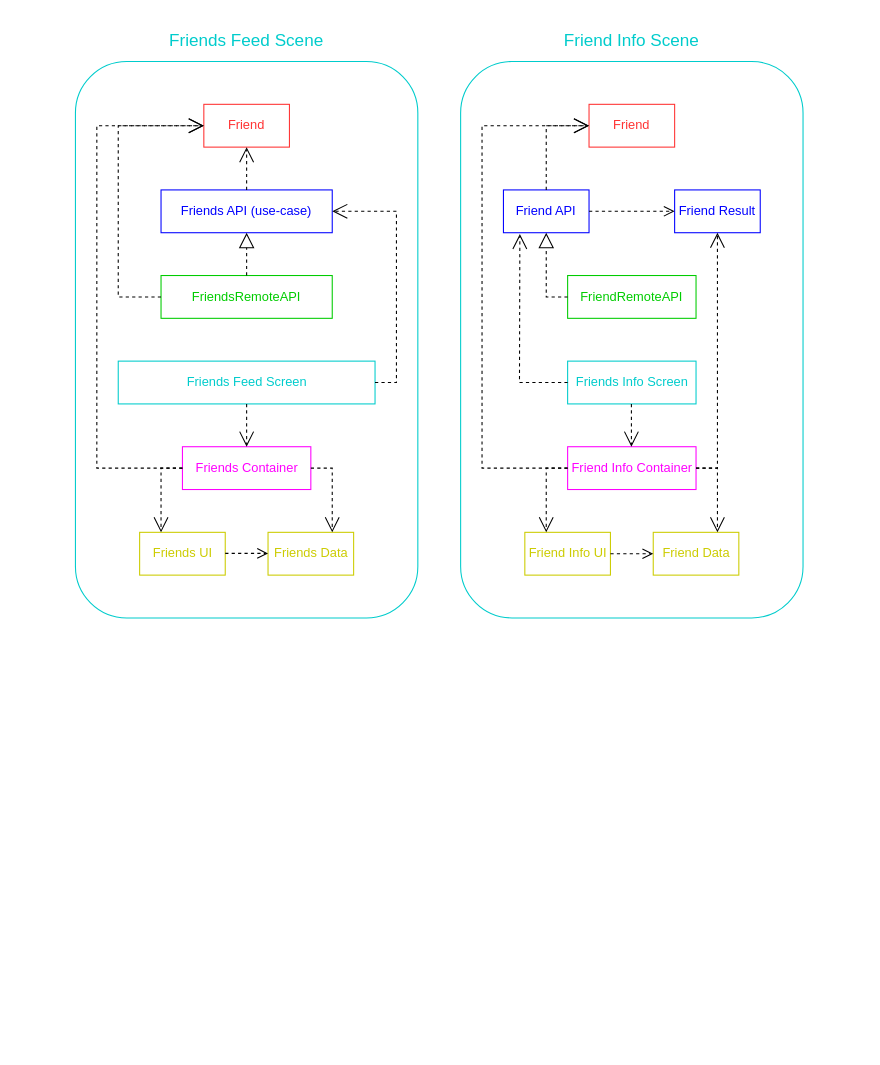
Above: app-diagram.drawio in DnEgorWeb/Friends (draw.io), before the change. Source tidied: cells renumbered, new cells numbered last; positions are measured from the earlier drawing's top-left corner, leaving out a move shared by most shapes. Both pictures are drawn from the tidied source at 107%, with x=0, y=0 at pixel (75, 18).
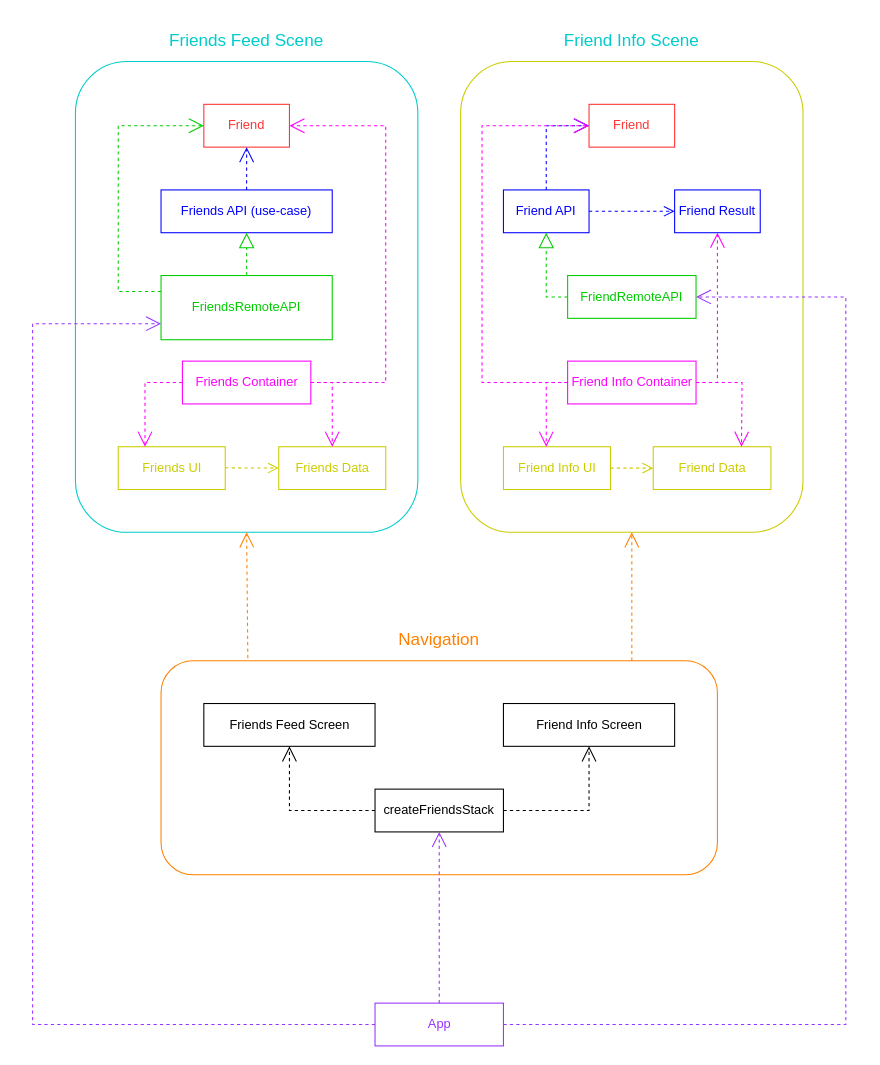
The same diagram, later.

Unchanged cells that the change refers to:
```xml
<mxCell id="3" value="&lt;font color=&quot;#ff3333&quot;&gt;Friend&lt;/font&gt;" style="rounded=0;whiteSpace=wrap;html=1;strokeColor=#FF3333;" parent="1" vertex="1">
  <mxGeometry x="120" y="80" width="80" height="40" as="geometry" />
</mxCell>
<mxCell id="4" value="&lt;font color=&quot;#0000ff&quot;&gt;Friends API (use-case)&lt;/font&gt;" style="rounded=0;whiteSpace=wrap;html=1;fontColor=#FF3333;strokeColor=#0000FF;" parent="1" vertex="1">
  <mxGeometry x="80" y="160" width="160" height="40" as="geometry" />
</mxCell>
<mxCell id="21" value="&lt;font color=&quot;#ff3333&quot;&gt;Friend&lt;/font&gt;" style="rounded=0;whiteSpace=wrap;html=1;strokeColor=#FF3333;" parent="1" vertex="1">
  <mxGeometry x="480" y="80" width="80" height="40" as="geometry" />
</mxCell>
<mxCell id="22" value="&lt;font color=&quot;#0000ff&quot;&gt;Friend API&lt;/font&gt;" style="rounded=0;whiteSpace=wrap;html=1;fontColor=#FF3333;strokeColor=#0000FF;" parent="1" vertex="1">
  <mxGeometry x="400" y="160" width="80" height="40" as="geometry" />
</mxCell>
<mxCell id="23" value="&lt;font color=&quot;#0000ff&quot;&gt;Friend Result&lt;/font&gt;" style="rounded=0;whiteSpace=wrap;html=1;fontColor=#FF3333;strokeColor=#0000FF;" parent="1" vertex="1">
  <mxGeometry x="560" y="160" width="80" height="40" as="geometry" />
</mxCell>
<mxCell id="26" value="&lt;font color=&quot;#00cc00&quot;&gt;FriendRemoteAPI&lt;/font&gt;" style="rounded=0;whiteSpace=wrap;html=1;fontColor=#0000FF;strokeColor=#00CC00;" parent="1" vertex="1">
  <mxGeometry x="460" y="240" width="120" height="40" as="geometry" />
</mxCell>
```

The edit, as a diff of the source:
```diff
@@
+    <mxCell id="41" style="rounded=1;whiteSpace=wrap;html=1;strokeColor=#FF8000;" parent="1" vertex="1">
+      <mxGeometry x="80" y="600" width="520" height="200" as="geometry" />
+    </mxCell>
     <mxCell id="2" style="rounded=1;whiteSpace=wrap;html=1;fontColor=#00CCCC;strokeColor=#00CCCC;" parent="1" vertex="1">
-      <mxGeometry y="40" width="320" height="520" as="geometry" />
+      <mxGeometry y="40" width="320" height="440" as="geometry" />
     </mxCell>
@@
     <mxCell id="5" value="&lt;font color=&quot;#00cc00&quot;&gt;FriendsRemoteAPI&lt;/font&gt;" style="rounded=0;whiteSpace=wrap;html=1;fontColor=#0000FF;strokeColor=#00CC00;" parent="1" vertex="1">
-      <mxGeometry x="80" y="240" width="160" height="40" as="geometry" />
+      <mxGeometry x="80" y="240" width="160" height="60" as="geometry" />
     </mxCell>
-    <mxCell id="6" style="endArrow=block;dashed=1;endFill=0;endSize=12;html=1;rounded=0;fontColor=#00FF00;strokeWidth=1;exitX=0.5;exitY=0;exitDx=0;exitDy=0;entryX=0.5;entryY=1;entryDx=0;entryDy=0;" parent="1" edge="1" source="5" target="4">
+    <mxCell id="6" style="endArrow=block;dashed=1;endFill=0;endSize=12;html=1;rounded=0;fontColor=#00FF00;strokeWidth=1;exitX=0.5;exitY=0;exitDx=0;exitDy=0;entryX=0.5;entryY=1;entryDx=0;entryDy=0;strokeColor=#00CC00;" parent="1" edge="1" source="5" target="4">
       <mxGeometry relative="1" as="geometry" />
     </mxCell>
-    <mxCell id="7" style="endArrow=open;endSize=12;dashed=1;html=1;rounded=0;fontColor=#00FF00;strokeWidth=1;exitX=0.5;exitY=0;exitDx=0;exitDy=0;entryX=0.5;entryY=1;entryDx=0;entryDy=0;" parent="1" edge="1" source="4" target="3">
+    <mxCell id="7" style="endArrow=open;endSize=12;dashed=1;html=1;rounded=0;fontColor=#00FF00;strokeWidth=1;exitX=0.5;exitY=0;exitDx=0;exitDy=0;entryX=0.5;entryY=1;entryDx=0;entryDy=0;strokeColor=#0000FF;" parent="1" edge="1" source="4" target="3">
       <mxGeometry relative="1" as="geometry" />
     </mxCell>
-    <mxCell id="8" style="endArrow=open;endSize=12;dashed=1;html=1;rounded=0;fontColor=#00FF00;strokeWidth=1;entryX=0;entryY=0.5;entryDx=0;entryDy=0;exitX=0;exitY=0.5;exitDx=0;exitDy=0;" parent="1" edge="1" source="5" target="3">
+    <mxCell id="8" style="endArrow=open;endSize=12;dashed=1;html=1;rounded=0;fontColor=#00FF00;strokeWidth=1;entryX=0;entryY=0.5;entryDx=0;entryDy=0;exitX=0;exitY=0.25;exitDx=0;exitDy=0;strokeColor=#00CC00;" parent="1" edge="1" source="5" target="3">
       <mxGeometry relative="1" as="geometry">
         <Array as="points">
-          <mxPoint x="40" y="260" />
+          <mxPoint x="40" y="255" />
           <mxPoint x="40" y="100" />
         </Array>
       </mxGeometry>
     </mxCell>
     <mxCell id="9" value="&lt;font color=&quot;#cccc00&quot;&gt;Friends UI&lt;/font&gt;" style="html=1;fontColor=#00FF00;strokeColor=#CCCC00;" parent="1" vertex="1">
-      <mxGeometry x="60" y="480" width="80" height="40" as="geometry" />
+      <mxGeometry x="40" y="400" width="100" height="40" as="geometry" />
     </mxCell>
     <mxCell id="10" value="&lt;font color=&quot;#cccc00&quot;&gt;Friends Data&lt;/font&gt;" style="html=1;fontColor=#00FF00;strokeColor=#CCCC00;" parent="1" vertex="1">
-      <mxGeometry x="180" y="480" width="80" height="40" as="geometry" />
+      <mxGeometry x="190" y="400" width="100" height="40" as="geometry" />
     </mxCell>
     <mxCell id="11" value="&lt;font color=&quot;#ff00ff&quot;&gt;Friends Container&lt;/font&gt;" style="html=1;fontColor=#CCCC00;strokeColor=#FF00FF;" parent="1" vertex="1">
-      <mxGeometry x="100" y="400" width="120" height="40" as="geometry" />
+      <mxGeometry x="100" y="320" width="120" height="40" as="geometry" />
     </mxCell>
@@
-    <mxCell id="13" style="endArrow=open;endSize=12;dashed=1;html=1;rounded=0;fontColor=#00FF00;strokeWidth=1;exitX=0;exitY=0.5;exitDx=0;exitDy=0;entryX=0.25;entryY=0;entryDx=0;entryDy=0;" parent="1" edge="1" source="11" target="9">
+    <mxCell id="13" style="endArrow=open;endSize=12;dashed=1;html=1;rounded=0;fontColor=#00FF00;strokeWidth=1;exitX=0;exitY=0.5;exitDx=0;exitDy=0;entryX=0.25;entryY=0;entryDx=0;entryDy=0;strokeColor=#FF00FF;" parent="1" edge="1" source="11" target="9">
       <mxGeometry relative="1" as="geometry">
         <Array as="points">
-          <mxPoint x="80" y="420" />
+          <mxPoint x="65" y="340" />
         </Array>
       </mxGeometry>
     </mxCell>
-    <mxCell id="14" style="endArrow=open;endSize=12;dashed=1;html=1;rounded=0;fontColor=#00FF00;strokeWidth=1;exitX=1;exitY=0.5;exitDx=0;exitDy=0;entryX=0.25;entryY=0;entryDx=0;entryDy=0;" parent="1" edge="1" source="11">
+    <mxCell id="14" style="endArrow=open;endSize=12;dashed=1;html=1;rounded=0;fontColor=#00FF00;strokeWidth=1;exitX=1;exitY=0.5;exitDx=0;exitDy=0;entryX=0.25;entryY=0;entryDx=0;entryDy=0;strokeColor=#FF00FF;" parent="1" edge="1" source="11">
       <mxGeometry relative="1" as="geometry">
-        <mxPoint x="240" y="480" as="targetPoint" />
+        <mxPoint x="240" y="400" as="targetPoint" />
         <Array as="points">
-          <mxPoint x="240" y="420" />
+          <mxPoint x="240" y="340" />
         </Array>
       </mxGeometry>
     </mxCell>
-    <mxCell id="15" value="&lt;font color=&quot;#00cccc&quot;&gt;Friends Feed Screen&lt;/font&gt;" style="html=1;fontColor=#FF00FF;strokeColor=#00CCCC;" parent="1" vertex="1">
-      <mxGeometry x="40" y="320" width="240" height="40" as="geometry" />
+    <mxCell id="15" value="&lt;font color=&quot;#000000&quot;&gt;Friends Feed Screen&lt;/font&gt;" style="html=1;fontColor=#FF00FF;strokeColor=#000000;" parent="1" vertex="1">
+      <mxGeometry x="120" y="640" width="160" height="40" as="geometry" />
     </mxCell>
-    <mxCell id="16" style="endArrow=open;endSize=12;dashed=1;html=1;rounded=0;fontColor=#00FF00;strokeWidth=1;exitX=0.5;exitY=1;exitDx=0;exitDy=0;entryX=0.5;entryY=0;entryDx=0;entryDy=0;" parent="1" edge="1" source="15" target="11">
-      <mxGeometry relative="1" as="geometry" />
-    </mxCell>
-    <mxCell id="17" style="endArrow=open;endSize=12;dashed=1;html=1;rounded=0;fontColor=#00FF00;strokeWidth=1;exitX=1;exitY=0.5;exitDx=0;exitDy=0;entryX=1;entryY=0.5;entryDx=0;entryDy=0;" parent="1" edge="1" source="15" target="4">
-      <mxGeometry relative="1" as="geometry">
-        <Array as="points">
-          <mxPoint x="300" y="340" />
-          <mxPoint x="300" y="180" />
-        </Array>
-      </mxGeometry>
-    </mxCell>
@@
-    <mxCell id="19" style="rounded=1;whiteSpace=wrap;html=1;fontColor=#00CCCC;strokeColor=#00CCCC;" parent="1" vertex="1">
-      <mxGeometry x="360" y="40" width="320" height="520" as="geometry" />
+    <mxCell id="19" style="rounded=1;whiteSpace=wrap;html=1;fontColor=#00CCCC;strokeColor=#CCCC00;" parent="1" vertex="1">
+      <mxGeometry x="360" y="40" width="320" height="440" as="geometry" />
     </mxCell>
@@
-    <mxCell id="24" style="endArrow=open;endSize=12;dashed=1;html=1;rounded=0;fontColor=#00FF00;strokeWidth=1;exitX=0.5;exitY=0;exitDx=0;exitDy=0;entryX=0;entryY=0.5;entryDx=0;entryDy=0;" parent="1" edge="1" target="21">
+    <mxCell id="24" style="endArrow=open;endSize=12;dashed=1;html=1;rounded=0;fontColor=#00FF00;strokeWidth=1;exitX=0.5;exitY=0;exitDx=0;exitDy=0;entryX=0;entryY=0.5;entryDx=0;entryDy=0;strokeColor=#0000FF;" parent="1" edge="1" target="21">
       <mxGeometry relative="1" as="geometry">
         <mxPoint x="440" y="160" as="sourcePoint" />
         <Array as="points">
           <mxPoint x="440" y="100" />
         </Array>
       </mxGeometry>
     </mxCell>
-    <mxCell id="25" style="html=1;verticalAlign=bottom;endArrow=open;dashed=1;endSize=8;rounded=0;exitX=1;exitY=0.5;exitDx=0;exitDy=0;entryX=0;entryY=0.5;entryDx=0;entryDy=0;" parent="1" edge="1" source="22" target="23">
+    <mxCell id="25" style="html=1;verticalAlign=bottom;endArrow=open;dashed=1;endSize=8;rounded=0;exitX=1;exitY=0.5;exitDx=0;exitDy=0;entryX=0;entryY=0.5;entryDx=0;entryDy=0;strokeColor=#0000FF;" parent="1" edge="1" source="22" target="23">
       <mxGeometry relative="1" as="geometry" />
     </mxCell>
@@
-    <mxCell id="27" style="endArrow=block;dashed=1;endFill=0;endSize=12;html=1;rounded=0;fontColor=#00FF00;strokeWidth=1;exitX=0;exitY=0.5;exitDx=0;exitDy=0;entryX=0.5;entryY=1;entryDx=0;entryDy=0;" parent="1" edge="1" source="26" target="22">
+    <mxCell id="27" style="endArrow=block;dashed=1;endFill=0;endSize=12;html=1;rounded=0;fontColor=#00FF00;strokeWidth=1;exitX=0;exitY=0.5;exitDx=0;exitDy=0;entryX=0.5;entryY=1;entryDx=0;entryDy=0;strokeColor=#00CC00;" parent="1" edge="1" source="26" target="22">
       <mxGeometry relative="1" as="geometry">
         <Array as="points">
           <mxPoint x="440" y="260" />
         </Array>
       </mxGeometry>
     </mxCell>
     <mxCell id="28" value="&lt;font color=&quot;#cccc00&quot;&gt;Friend Info UI&lt;/font&gt;" style="html=1;fontColor=#00FF00;strokeColor=#CCCC00;" parent="1" vertex="1">
-      <mxGeometry x="420" y="480" width="80" height="40" as="geometry" />
+      <mxGeometry x="400" y="400" width="100" height="40" as="geometry" />
     </mxCell>
     <mxCell id="29" value="&lt;font color=&quot;#cccc00&quot;&gt;Friend Data&lt;/font&gt;" style="html=1;fontColor=#00FF00;strokeColor=#CCCC00;" parent="1" vertex="1">
-      <mxGeometry x="540" y="480" width="80" height="40" as="geometry" />
+      <mxGeometry x="540" y="400" width="110" height="40" as="geometry" />
     </mxCell>
-    <mxCell id="30" style="html=1;verticalAlign=bottom;endArrow=open;dashed=1;endSize=8;rounded=0;exitX=1;exitY=0.5;exitDx=0;exitDy=0;entryX=0;entryY=0.5;entryDx=0;entryDy=0;" parent="1" edge="1" source="28" target="29">
+    <mxCell id="30" style="html=1;verticalAlign=bottom;endArrow=open;dashed=1;endSize=8;rounded=0;exitX=1;exitY=0.5;exitDx=0;exitDy=0;entryX=0;entryY=0.5;entryDx=0;entryDy=0;strokeColor=#CCCC00;" parent="1" edge="1" source="28" target="29">
       <mxGeometry relative="1" as="geometry" />
     </mxCell>
-    <mxCell id="31" style="html=1;verticalAlign=bottom;endArrow=open;dashed=1;endSize=8;rounded=0;exitX=1;exitY=0.5;exitDx=0;exitDy=0;entryX=0;entryY=0.5;entryDx=0;entryDy=0;" parent="1" edge="1">
+    <mxCell id="31" style="html=1;verticalAlign=bottom;endArrow=open;dashed=1;endSize=8;rounded=0;exitX=1;exitY=0.5;exitDx=0;exitDy=0;strokeColor=#CCCC00;" parent="1" edge="1">
       <mxGeometry relative="1" as="geometry">
-        <mxPoint x="140" y="499.7" as="sourcePoint" />
-        <mxPoint x="180" y="499.7" as="targetPoint" />
+        <mxPoint x="140" y="419.7" as="sourcePoint" />
+        <mxPoint x="190" y="420" as="targetPoint" />
       </mxGeometry>
     </mxCell>
     <mxCell id="32" value="&lt;font color=&quot;#ff00ff&quot;&gt;Friend Info Container&lt;/font&gt;" style="html=1;fontColor=#CCCC00;strokeColor=#FF00FF;" parent="1" vertex="1">
-      <mxGeometry x="460" y="400" width="120" height="40" as="geometry" />
+      <mxGeometry x="460" y="320" width="120" height="40" as="geometry" />
     </mxCell>
-    <mxCell id="33" style="endArrow=open;endSize=12;dashed=1;html=1;rounded=0;fontColor=#00FF00;strokeWidth=1;exitX=0;exitY=0.5;exitDx=0;exitDy=0;entryX=0.25;entryY=0;entryDx=0;entryDy=0;" parent="1" edge="1">
+    <mxCell id="33" style="endArrow=open;endSize=12;dashed=1;html=1;rounded=0;fontColor=#00FF00;strokeWidth=1;exitX=0;exitY=0.5;exitDx=0;exitDy=0;entryX=0.25;entryY=0;entryDx=0;entryDy=0;strokeColor=#FF00FF;" parent="1" edge="1">
       <mxGeometry relative="1" as="geometry">
-        <mxPoint x="460" y="420" as="sourcePoint" />
-        <mxPoint x="440" y="480" as="targetPoint" />
+        <mxPoint x="460" y="340" as="sourcePoint" />
+        <mxPoint x="440" y="400" as="targetPoint" />
         <Array as="points">
-          <mxPoint x="440" y="420" />
+          <mxPoint x="440" y="340" />
         </Array>
       </mxGeometry>
     </mxCell>
-    <mxCell id="34" style="endArrow=open;endSize=12;dashed=1;html=1;rounded=0;fontColor=#00FF00;strokeWidth=1;exitX=1;exitY=0.5;exitDx=0;exitDy=0;entryX=0.25;entryY=0;entryDx=0;entryDy=0;" parent="1" edge="1">
+    <mxCell id="34" style="endArrow=open;endSize=12;dashed=1;html=1;rounded=0;fontColor=#00FF00;strokeWidth=1;exitX=1;exitY=0.5;exitDx=0;exitDy=0;entryX=0.75;entryY=0;entryDx=0;entryDy=0;strokeColor=#FF00FF;" parent="1" edge="1" target="29">
       <mxGeometry relative="1" as="geometry">
-        <mxPoint x="580" y="420" as="sourcePoint" />
-        <mxPoint x="600" y="480" as="targetPoint" />
+        <mxPoint x="580" y="340" as="sourcePoint" />
         <Array as="points">
-          <mxPoint x="600" y="420" />
+          <mxPoint x="623" y="340" />
         </Array>
       </mxGeometry>
     </mxCell>
-    <mxCell id="35" style="endArrow=open;endSize=12;dashed=1;html=1;rounded=0;fontColor=#00FF00;strokeWidth=1;entryX=0.5;entryY=1;entryDx=0;entryDy=0;" parent="1" edge="1" target="23">
+    <mxCell id="35" style="endArrow=open;endSize=12;dashed=1;html=1;rounded=0;fontColor=#00FF00;strokeWidth=1;entryX=0.5;entryY=1;entryDx=0;entryDy=0;strokeColor=#FF00FF;" parent="1" edge="1" target="23">
       <mxGeometry relative="1" as="geometry">
-        <mxPoint x="580" y="420" as="sourcePoint" />
+        <mxPoint x="580" y="340" as="sourcePoint" />
         <Array as="points">
-          <mxPoint x="600" y="420" />
+          <mxPoint x="600" y="340" />
         </Array>
       </mxGeometry>
     </mxCell>
-    <mxCell id="36" style="endArrow=open;endSize=12;dashed=1;html=1;rounded=0;fontColor=#00FF00;strokeWidth=1;" parent="1" edge="1">
+    <mxCell id="36" style="endArrow=open;endSize=12;dashed=1;html=1;rounded=0;fontColor=#00FF00;strokeWidth=1;exitX=1;exitY=0.5;exitDx=0;exitDy=0;strokeColor=#FF00FF;" parent="1" edge="1" source="11">
       <mxGeometry relative="1" as="geometry">
-        <mxPoint x="100" y="420" as="sourcePoint" />
-        <mxPoint x="120" y="100" as="targetPoint" />
+        <mxPoint x="200" y="100" as="targetPoint" />
         <Array as="points">
-          <mxPoint x="20" y="420" />
-          <mxPoint x="20" y="100" />
+          <mxPoint x="290" y="340" />
+          <mxPoint x="290" y="100" />
         </Array>
       </mxGeometry>
     </mxCell>
-    <mxCell id="37" style="endArrow=open;endSize=12;dashed=1;html=1;rounded=0;fontColor=#00FF00;strokeWidth=1;" parent="1" edge="1">
+    <mxCell id="37" style="endArrow=open;endSize=12;dashed=1;html=1;rounded=0;fontColor=#00FF00;strokeWidth=1;exitX=0;exitY=0.5;exitDx=0;exitDy=0;strokeColor=#FF00FF;" parent="1" edge="1" source="32">
       <mxGeometry relative="1" as="geometry">
-        <mxPoint x="460" y="420" as="sourcePoint" />
         <mxPoint x="480" y="100" as="targetPoint" />
         <Array as="points">
-          <mxPoint x="380" y="420" />
+          <mxPoint x="380" y="340" />
           <mxPoint x="380" y="100" />
         </Array>
       </mxGeometry>
     </mxCell>
-    <mxCell id="38" value="&lt;font color=&quot;#00cccc&quot;&gt;Friends Info Screen&lt;/font&gt;" style="html=1;fontColor=#FF00FF;strokeColor=#00CCCC;" parent="1" vertex="1">
-      <mxGeometry x="460" y="320" width="120" height="40" as="geometry" />
+    <mxCell id="38" value="&lt;font color=&quot;#000000&quot;&gt;Friend Info Screen&lt;/font&gt;" style="html=1;fontColor=#FF00FF;strokeColor=#000000;" parent="1" vertex="1">
+      <mxGeometry x="400" y="640" width="160" height="40" as="geometry" />
     </mxCell>
-    <mxCell id="39" style="endArrow=open;endSize=12;dashed=1;html=1;rounded=0;fontColor=#00FF00;strokeWidth=1;exitX=0.5;exitY=1;exitDx=0;exitDy=0;entryX=0.5;entryY=0;entryDx=0;entryDy=0;" parent="1" edge="1">
-      <mxGeometry relative="1" as="geometry">
-        <mxPoint x="519.6" y="360" as="sourcePoint" />
-        <mxPoint x="519.6" y="400" as="targetPoint" />
-      </mxGeometry>
-    </mxCell>
-    <mxCell id="40" style="endArrow=open;endSize=12;dashed=1;html=1;rounded=0;fontColor=#00FF00;strokeWidth=1;exitX=0;exitY=0.5;exitDx=0;exitDy=0;entryX=0.192;entryY=1.029;entryDx=0;entryDy=0;entryPerimeter=0;" parent="1" edge="1" source="38" target="22">
-      <mxGeometry relative="1" as="geometry">
-        <Array as="points">
-          <mxPoint x="415" y="340" />
-        </Array>
-      </mxGeometry>
-    </mxCell>
+    <mxCell id="42" value="&lt;font style=&quot;font-size: 16px&quot; color=&quot;#ff8000&quot;&gt;Navigation&lt;/font&gt;" style="text;html=1;strokeColor=none;fillColor=none;align=center;verticalAlign=middle;whiteSpace=wrap;rounded=0;fontColor=#00CCCC;" parent="1" vertex="1">
+      <mxGeometry x="280" y="560" width="120" height="40" as="geometry" />
+    </mxCell>
+    <mxCell id="43" value="&lt;font color=&quot;#000000&quot;&gt;createFriendsStack&lt;/font&gt;" style="rounded=0;whiteSpace=wrap;html=1;fontColor=#FF8000;strokeColor=#000000;" parent="1" vertex="1">
+      <mxGeometry x="280" y="720" width="120" height="40" as="geometry" />
+    </mxCell>
+    <mxCell id="44" style="endArrow=open;endSize=12;dashed=1;html=1;rounded=0;fontColor=#00FF00;strokeWidth=1;entryX=0.5;entryY=1;entryDx=0;entryDy=0;exitX=1;exitY=0.5;exitDx=0;exitDy=0;strokeColor=#000000;" parent="1" edge="1" source="43" target="38">
+      <mxGeometry relative="1" as="geometry">
+        <Array as="points">
+          <mxPoint x="480" y="740" />
+        </Array>
+      </mxGeometry>
+    </mxCell>
+    <mxCell id="45" style="endArrow=open;endSize=12;dashed=1;html=1;rounded=0;fontColor=#00FF00;strokeWidth=1;entryX=0.5;entryY=1;entryDx=0;entryDy=0;exitX=0;exitY=0.5;exitDx=0;exitDy=0;strokeColor=#000000;" parent="1" edge="1" source="43" target="15">
+      <mxGeometry relative="1" as="geometry">
+        <Array as="points">
+          <mxPoint x="200" y="740" />
+        </Array>
+      </mxGeometry>
+    </mxCell>
+    <mxCell id="46" style="endArrow=open;endSize=12;dashed=1;html=1;rounded=0;fontColor=#00FF00;strokeWidth=1;entryX=0.5;entryY=1;entryDx=0;entryDy=0;strokeColor=#FF8000;exitX=0.156;exitY=-0.012;exitDx=0;exitDy=0;exitPerimeter=0;" parent="1" edge="1" source="41" target="2">
+      <mxGeometry relative="1" as="geometry" />
+    </mxCell>
+    <mxCell id="47" style="endArrow=open;endSize=12;dashed=1;html=1;rounded=0;fontColor=#00FF00;strokeWidth=1;entryX=0.5;entryY=1;entryDx=0;entryDy=0;strokeColor=#FF8000;" parent="1" edge="1" target="19">
+      <mxGeometry relative="1" as="geometry">
+        <mxPoint x="520" y="600" as="sourcePoint" />
+      </mxGeometry>
+    </mxCell>
+    <mxCell id="48" value="&lt;font color=&quot;#9933ff&quot;&gt;App&lt;/font&gt;" style="html=1;fontColor=#000000;strokeColor=#9933FF;" parent="1" vertex="1">
+      <mxGeometry x="280" y="920" width="120" height="40" as="geometry" />
+    </mxCell>
+    <mxCell id="49" style="endArrow=open;endSize=12;dashed=1;html=1;rounded=0;fontColor=#00FF00;strokeWidth=1;entryX=0.5;entryY=1;entryDx=0;entryDy=0;strokeColor=#9933FF;exitX=0.5;exitY=0;exitDx=0;exitDy=0;" parent="1" edge="1" source="48" target="43">
+      <mxGeometry relative="1" as="geometry" />
+    </mxCell>
+    <mxCell id="50" style="endArrow=open;endSize=12;dashed=1;html=1;rounded=0;fontColor=#00FF00;strokeWidth=1;strokeColor=#9933FF;exitX=0;exitY=0.5;exitDx=0;exitDy=0;entryX=0;entryY=0.75;entryDx=0;entryDy=0;" parent="1" edge="1" source="48" target="5">
+      <mxGeometry relative="1" as="geometry">
+        <Array as="points">
+          <mxPoint x="-40" y="940" />
+          <mxPoint x="-40" y="285" />
+        </Array>
+      </mxGeometry>
+    </mxCell>
+    <mxCell id="51" style="endArrow=open;endSize=12;dashed=1;html=1;rounded=0;fontColor=#00FF00;strokeWidth=1;strokeColor=#9933FF;exitX=1;exitY=0.5;exitDx=0;exitDy=0;entryX=1;entryY=0.5;entryDx=0;entryDy=0;" parent="1" edge="1" source="48" target="26">
+      <mxGeometry relative="1" as="geometry">
+        <Array as="points">
+          <mxPoint x="720" y="940" />
+          <mxPoint x="720" y="260" />
+        </Array>
+      </mxGeometry>
+    </mxCell>
```
